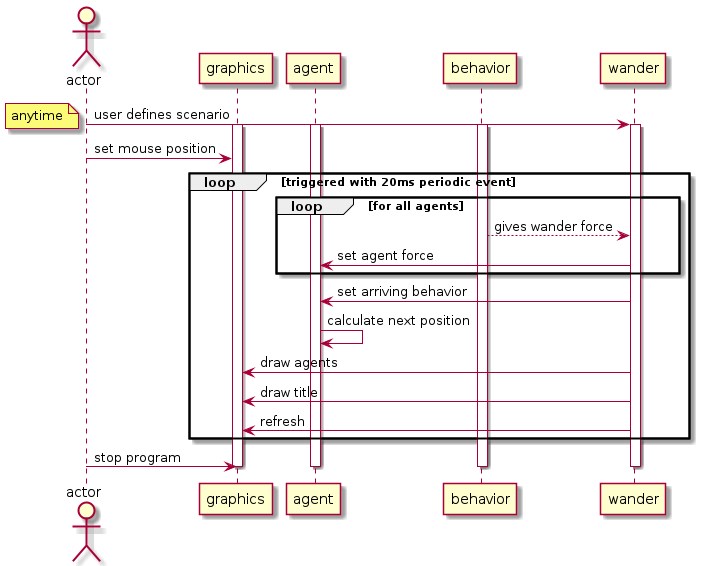
Earlier version of the PlantUML export docs/uml/sequence_diagram/wander.png (mehmetrizaoz/autonomousSteeringAgents). Its diagram source:
```plantuml
@startuml
actor actor as user
participant graphics as view
participant agent as agent
participant behavior as steeringBehavior
participant wander as wd

user -> wd: user defines scenario
activate wd
activate view
activate agent
activate steeringBehavior
note left: anytime
user -> view:  set mouse position
loop triggered with 20ms periodic event
    loop for all agents
        steeringBehavior --> wd: gives wander force
        wd -> agent: set agent force
    end
    wd -> agent: set arriving behavior
    agent -> agent: calculate next position
    wd -> view: draw agents
    wd -> view: draw title
    wd -> view: refresh
end
user -> view: stop program
deactivate wd
deactivate view
deactivate agent
deactivate steeringBehavior
@enduml
```
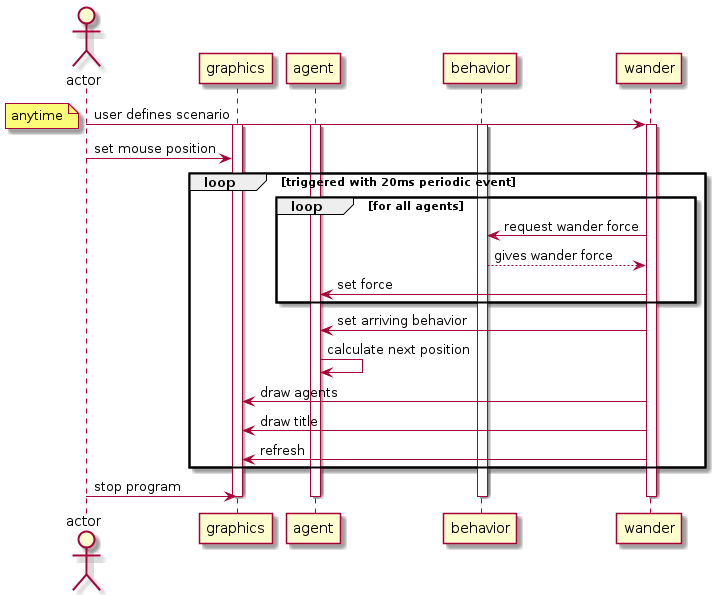
Above is the later version.

What changed in the source:
```diff
@@ -14,8 +14,9 @@
 user -> view:  set mouse position
 loop triggered with 20ms periodic event
     loop for all agents
+        wd -> steeringBehavior: request wander force
         steeringBehavior --> wd: gives wander force
-        wd -> agent: set agent force
+        wd -> agent: set force
     end
     wd -> agent: set arriving behavior
     agent -> agent: calculate next position
```
